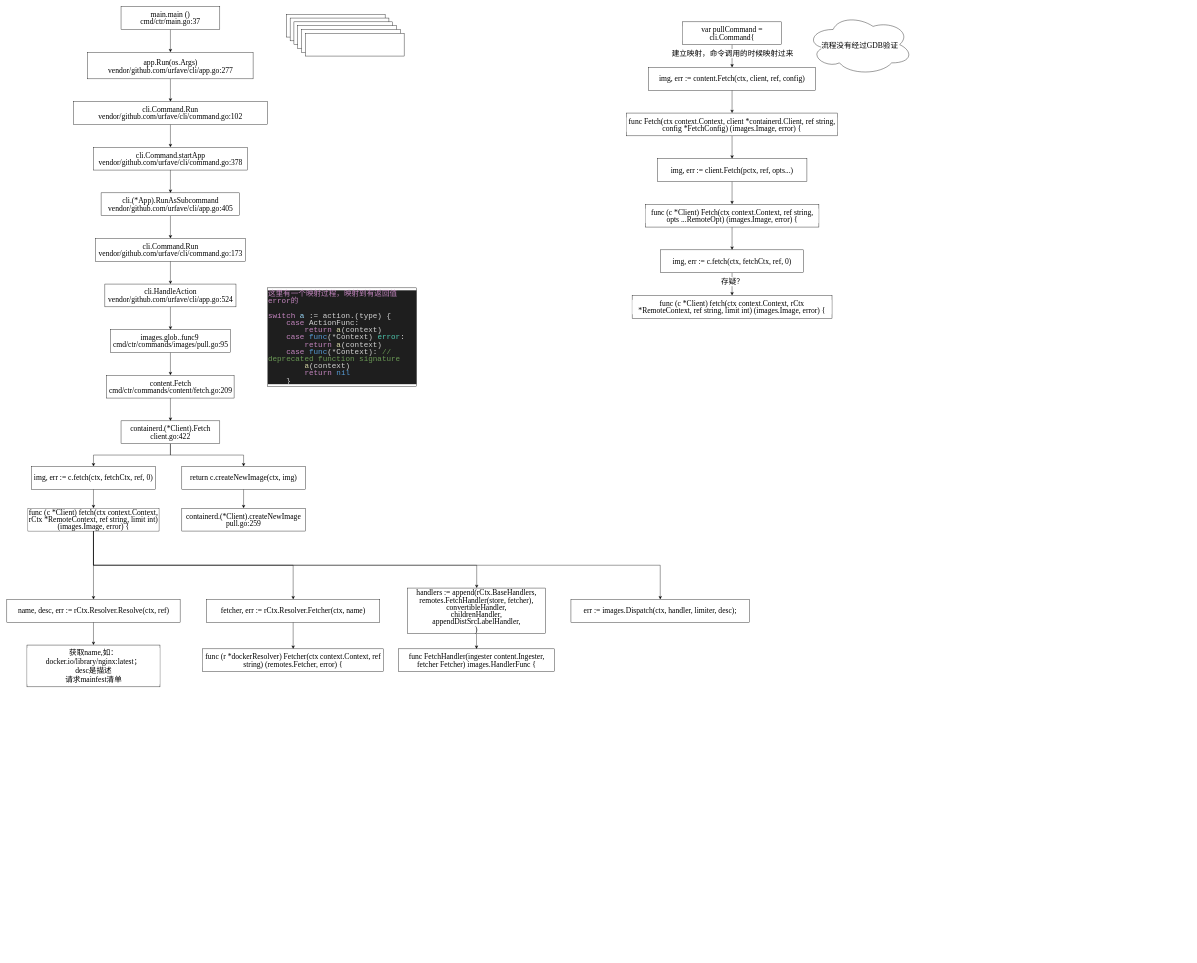
Above: page "containerd" (1 of 4) of Ceph Librbd PWL .drawio in CongMinYin/flow (draw.io), before the change. Source tidied: cells renumbered, new cells numbered last; positions are measured from the earlier drawing's top-left corner, leaving out a move shared by most shapes. Both pictures are drawn from the tidied source at 38%, with x=0, y=0 at pixel (7, 6).
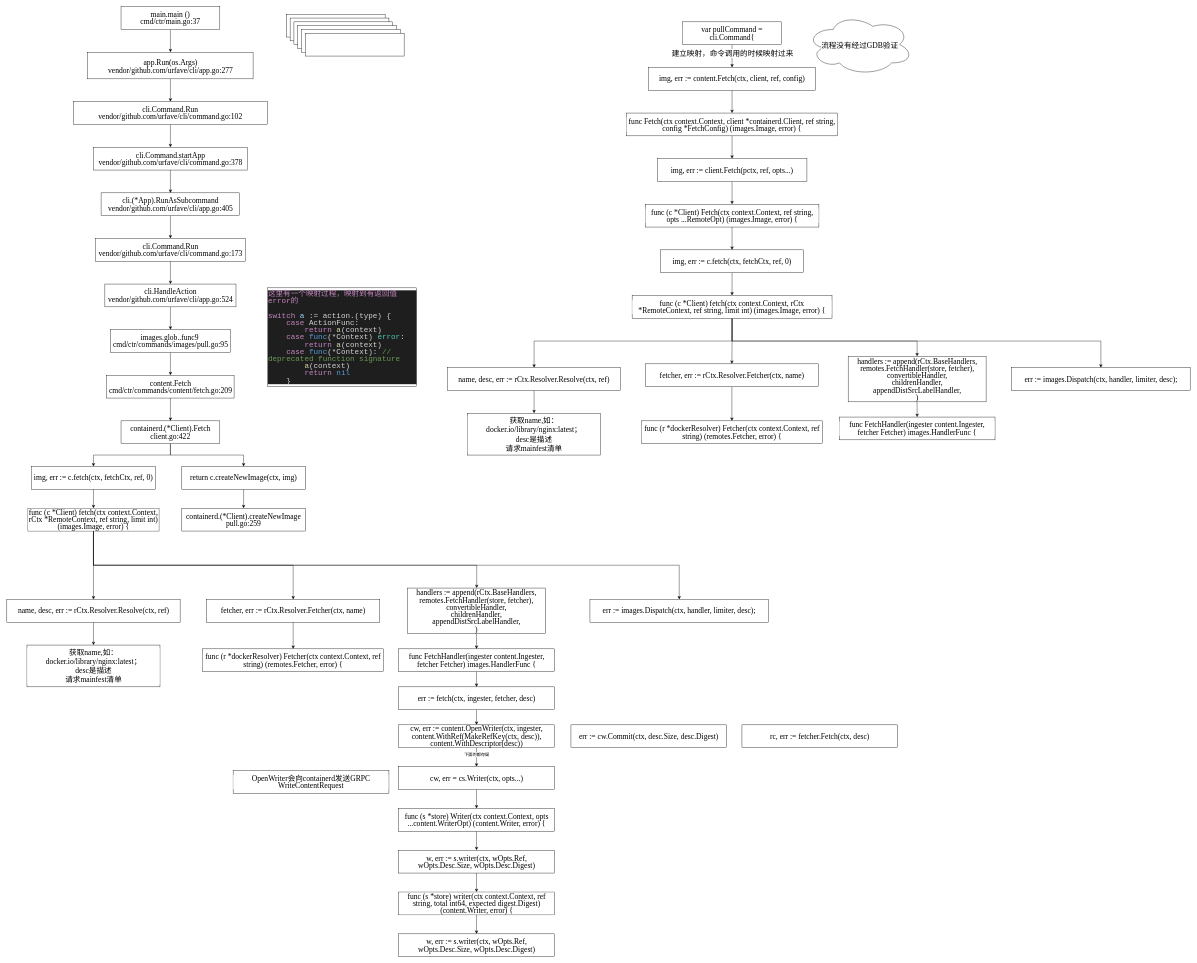
The same diagram, later.

The change refers to these unchanged cells:
```xml
<mxCell id="10" value="&lt;div style=&quot;font-size: 20px; line-height: 19px;&quot;&gt;&lt;span style=&quot;font-size: 20px;&quot;&gt;func&lt;/span&gt; (c *Client) &lt;span style=&quot;font-size: 20px;&quot;&gt;fetch&lt;/span&gt;(ctx context.Context, rCtx *RemoteContext, ref &lt;span style=&quot;font-size: 20px;&quot;&gt;string&lt;/span&gt;, limit &lt;span style=&quot;font-size: 20px;&quot;&gt;int&lt;/span&gt;) (images.Image, &lt;span style=&quot;font-size: 20px;&quot;&gt;error&lt;/span&gt;) {&lt;/div&gt;" style="rounded=0;whiteSpace=wrap;html=1;labelBackgroundColor=default;fontColor=#000000;fontFamily=Times New Roman;fontSize=20;" parent="1" vertex="1">
  <mxGeometry x="1645" y="760" width="526" height="60" as="geometry" />
</mxCell>
<mxCell id="19" style="edgeStyle=orthogonalEdgeStyle;rounded=0;jettySize=auto;html=1;exitX=0.5;exitY=1;exitDx=0;exitDy=0;entryX=0.5;entryY=0;entryDx=0;entryDy=0;labelBackgroundColor=default;fontColor=#000000;fontFamily=Times New Roman;fontSize=20;" parent="1" edge="1" source="21" target="10">
  <mxGeometry relative="1" as="geometry" />
</mxCell>
<mxCell id="23" value="&lt;div style=&quot;font-size: 20px; line-height: 19px;&quot;&gt;&lt;span style=&quot;font-size: 20px;&quot;&gt;func&lt;/span&gt; &lt;span style=&quot;font-size: 20px;&quot;&gt;FetchHandler&lt;/span&gt;(ingester content.Ingester, fetcher Fetcher) images.HandlerFunc {&lt;/div&gt;" style="rounded=0;whiteSpace=wrap;html=1;labelBackgroundColor=default;fontColor=#000000;fontFamily=Times New Roman;fontSize=20;" parent="1" vertex="1">
  <mxGeometry x="1030.5" y="1690" width="410" height="60" as="geometry" />
</mxCell>
```

What changed in the source:
```diff
@@
+    <mxCell id="66" style="edgeStyle=orthogonalEdgeStyle;rounded=0;jettySize=auto;html=1;exitX=0.5;exitY=1;exitDx=0;exitDy=0;entryX=0.5;entryY=0;entryDx=0;entryDy=0;" parent="1" edge="1" source="10" target="87">
+      <mxGeometry relative="1" as="geometry" />
+    </mxCell>
+    <mxCell id="67" style="edgeStyle=orthogonalEdgeStyle;rounded=0;jettySize=auto;html=1;exitX=0.5;exitY=1;exitDx=0;exitDy=0;entryX=0.5;entryY=0;entryDx=0;entryDy=0;" parent="1" edge="1" source="10" target="94">
+      <mxGeometry relative="1" as="geometry">
+        <Array as="points">
+          <mxPoint x="1908" y="880" />
+          <mxPoint x="1387" y="880" />
+        </Array>
+      </mxGeometry>
+    </mxCell>
+    <mxCell id="68" style="edgeStyle=orthogonalEdgeStyle;rounded=0;jettySize=auto;html=1;exitX=0.5;exitY=1;exitDx=0;exitDy=0;entryX=0.5;entryY=0;entryDx=0;entryDy=0;" parent="1" edge="1" source="10" target="91">
+      <mxGeometry relative="1" as="geometry">
+        <Array as="points">
+          <mxPoint x="1908" y="880" />
+          <mxPoint x="2395" y="880" />
+        </Array>
+      </mxGeometry>
+    </mxCell>
+    <mxCell id="69" style="edgeStyle=orthogonalEdgeStyle;rounded=0;jettySize=auto;html=1;exitX=0.5;exitY=1;exitDx=0;exitDy=0;entryX=0.5;entryY=0;entryDx=0;entryDy=0;" parent="1" edge="1" source="10" target="92">
+      <mxGeometry relative="1" as="geometry">
+        <Array as="points">
+          <mxPoint x="1908" y="880" />
+          <mxPoint x="2878" y="880" />
+        </Array>
+      </mxGeometry>
+    </mxCell>
@@
-    <mxCell id="20" value="存疑？" style="edgeLabel;html=1;align=center;verticalAlign=middle;labelBackgroundColor=default;fontColor=#000000;fontFamily=Times New Roman;fontSize=20;" parent="19" vertex="1">
-      <mxGeometry x="-0.27" relative="1" as="geometry" />
-    </mxCell>
@@
+    <mxCell id="70" style="edgeStyle=orthogonalEdgeStyle;rounded=0;jettySize=auto;html=1;exitX=0.5;exitY=1;exitDx=0;exitDy=0;entryX=0.5;entryY=0;entryDx=0;entryDy=0;" parent="1" edge="1" source="23" target="72">
+      <mxGeometry relative="1" as="geometry" />
+    </mxCell>
@@
     <mxCell id="27" value="&lt;div style=&quot;font-size: 20px; line-height: 19px;&quot;&gt;&lt;span style=&quot;font-size: 20px;&quot;&gt;err&lt;/span&gt; := images.&lt;span style=&quot;font-size: 20px;&quot;&gt;Dispatch&lt;/span&gt;(ctx, handler, limiter, desc);&lt;/div&gt;" style="rounded=0;whiteSpace=wrap;html=1;labelBackgroundColor=default;fontColor=#000000;fontFamily=Times New Roman;fontSize=20;" parent="1" vertex="1">
-      <mxGeometry x="1484" y="1560" width="470" height="60" as="geometry" />
+      <mxGeometry x="1534" y="1560" width="470" height="60" as="geometry" />
     </mxCell>
@@
+    <mxCell id="71" style="edgeStyle=orthogonalEdgeStyle;rounded=0;jettySize=auto;html=1;exitX=0.5;exitY=1;exitDx=0;exitDy=0;entryX=0.5;entryY=0;entryDx=0;entryDy=0;" parent="1" edge="1" source="72" target="75">
+      <mxGeometry relative="1" as="geometry" />
+    </mxCell>
+    <mxCell id="72" value="&lt;div style=&quot;line-height: 19px;&quot;&gt;err := fetch(ctx, ingester, fetcher, desc)&lt;br&gt;&lt;/div&gt;" style="rounded=0;whiteSpace=wrap;html=1;labelBackgroundColor=default;fontColor=#000000;fontFamily=Times New Roman;fontSize=20;" parent="1" vertex="1">
+      <mxGeometry x="1030.5" y="1790" width="410" height="60" as="geometry" />
+    </mxCell>
+    <mxCell id="73" style="edgeStyle=orthogonalEdgeStyle;rounded=0;jettySize=auto;html=1;exitX=0.5;exitY=1;exitDx=0;exitDy=0;" parent="1" edge="1" source="75" target="78">
+      <mxGeometry relative="1" as="geometry" />
+    </mxCell>
+    <mxCell id="74" value="下面的都存疑" style="edgeLabel;html=1;align=center;verticalAlign=middle;" parent="73" vertex="1">
+      <mxGeometry x="-0.29" relative="1" as="geometry" />
+    </mxCell>
+    <mxCell id="75" value="&lt;div style=&quot;line-height: 19px;&quot;&gt;cw, err := content.OpenWriter(ctx, ingester, content.WithRef(MakeRefKey(ctx, desc)), content.WithDescriptor(desc))&lt;br&gt;&lt;/div&gt;" style="rounded=0;whiteSpace=wrap;html=1;labelBackgroundColor=default;fontColor=#000000;fontFamily=Times New Roman;fontSize=20;" parent="1" vertex="1">
+      <mxGeometry x="1030.5" y="1890" width="410" height="60" as="geometry" />
+    </mxCell>
+    <mxCell id="76" value="&lt;div style=&quot;line-height: 19px;&quot;&gt;OpenWriter会向containerd发送GRPC WriteContentRequest&lt;br&gt;&lt;/div&gt;" style="rounded=0;whiteSpace=wrap;html=1;labelBackgroundColor=default;fontColor=#000000;fontFamily=Times New Roman;fontSize=20;" parent="1" vertex="1">
+      <mxGeometry x="595" y="2010" width="410" height="60" as="geometry" />
+    </mxCell>
+    <mxCell id="77" style="edgeStyle=orthogonalEdgeStyle;rounded=0;jettySize=auto;html=1;exitX=0.5;exitY=1;exitDx=0;exitDy=0;entryX=0.5;entryY=0;entryDx=0;entryDy=0;" parent="1" edge="1" source="78" target="80">
+      <mxGeometry relative="1" as="geometry" />
+    </mxCell>
+    <mxCell id="78" value="&lt;div style=&quot;line-height: 19px;&quot;&gt;cw, err = cs.Writer(ctx, opts...)&lt;br&gt;&lt;/div&gt;" style="rounded=0;whiteSpace=wrap;html=1;labelBackgroundColor=default;fontColor=#000000;fontFamily=Times New Roman;fontSize=20;" parent="1" vertex="1">
+      <mxGeometry x="1030.5" y="2000" width="410" height="60" as="geometry" />
+    </mxCell>
+    <mxCell id="79" style="edgeStyle=orthogonalEdgeStyle;rounded=0;jettySize=auto;html=1;exitX=0.5;exitY=1;exitDx=0;exitDy=0;" parent="1" edge="1" source="80" target="84">
+      <mxGeometry relative="1" as="geometry" />
+    </mxCell>
+    <mxCell id="80" value="&lt;div style=&quot;line-height: 19px;&quot;&gt;func (s *store) Writer(ctx context.Context, opts ...content.WriterOpt) (content.Writer, error) {&lt;br&gt;&lt;/div&gt;" style="rounded=0;whiteSpace=wrap;html=1;labelBackgroundColor=default;fontColor=#000000;fontFamily=Times New Roman;fontSize=20;" parent="1" vertex="1">
+      <mxGeometry x="1030.5" y="2110" width="410" height="60" as="geometry" />
+    </mxCell>
+    <mxCell id="81" style="edgeStyle=orthogonalEdgeStyle;rounded=0;jettySize=auto;html=1;exitX=0.5;exitY=1;exitDx=0;exitDy=0;entryX=0.5;entryY=0;entryDx=0;entryDy=0;" parent="1" edge="1" source="82" target="85">
+      <mxGeometry relative="1" as="geometry" />
+    </mxCell>
+    <mxCell id="82" value="&lt;div style=&quot;line-height: 19px;&quot;&gt;func (s *store) writer(ctx context.Context, ref string, total int64, expected digest.Digest) (content.Writer, error) {&lt;br&gt;&lt;/div&gt;" style="rounded=0;whiteSpace=wrap;html=1;labelBackgroundColor=default;fontColor=#000000;fontFamily=Times New Roman;fontSize=20;" parent="1" vertex="1">
+      <mxGeometry x="1030.5" y="2330" width="410" height="60" as="geometry" />
+    </mxCell>
+    <mxCell id="83" style="edgeStyle=orthogonalEdgeStyle;rounded=0;jettySize=auto;html=1;exitX=0.5;exitY=1;exitDx=0;exitDy=0;entryX=0.5;entryY=0;entryDx=0;entryDy=0;" parent="1" edge="1" source="84" target="82">
+      <mxGeometry relative="1" as="geometry" />
+    </mxCell>
+    <mxCell id="84" value="&lt;div style=&quot;line-height: 19px;&quot;&gt;w, err := s.writer(ctx, wOpts.Ref, wOpts.Desc.Size, wOpts.Desc.Digest)&lt;br&gt;&lt;/div&gt;" style="rounded=0;whiteSpace=wrap;html=1;labelBackgroundColor=default;fontColor=#000000;fontFamily=Times New Roman;fontSize=20;" parent="1" vertex="1">
+      <mxGeometry x="1030.5" y="2220" width="410" height="60" as="geometry" />
+    </mxCell>
+    <mxCell id="85" value="&lt;div style=&quot;line-height: 19px;&quot;&gt;w, err := s.writer(ctx, wOpts.Ref, wOpts.Desc.Size, wOpts.Desc.Digest)&lt;br&gt;&lt;/div&gt;" style="rounded=0;whiteSpace=wrap;html=1;labelBackgroundColor=default;fontColor=#000000;fontFamily=Times New Roman;fontSize=20;" parent="1" vertex="1">
+      <mxGeometry x="1030.5" y="2440" width="410" height="60" as="geometry" />
+    </mxCell>
+    <mxCell id="86" style="edgeStyle=orthogonalEdgeStyle;rounded=0;jettySize=auto;html=1;exitX=0.5;exitY=1;exitDx=0;exitDy=0;entryX=0.5;entryY=0;entryDx=0;entryDy=0;labelBackgroundColor=default;fontColor=#000000;fontFamily=Times New Roman;fontSize=20;" parent="1" edge="1" source="87" target="88">
+      <mxGeometry relative="1" as="geometry" />
+    </mxCell>
+    <mxCell id="87" value="&lt;div style=&quot;font-size: 20px; line-height: 19px;&quot;&gt;&lt;span style=&quot;font-size: 20px;&quot;&gt;fetcher&lt;/span&gt;, &lt;span style=&quot;font-size: 20px;&quot;&gt;err&lt;/span&gt; := rCtx.Resolver.&lt;span style=&quot;font-size: 20px;&quot;&gt;Fetcher&lt;/span&gt;(ctx, name)&lt;/div&gt;" style="rounded=0;whiteSpace=wrap;html=1;labelBackgroundColor=default;fontColor=#000000;fontFamily=Times New Roman;fontSize=20;" parent="1" vertex="1">
+      <mxGeometry x="1679.5" y="940" width="456" height="60" as="geometry" />
+    </mxCell>
+    <mxCell id="88" value="&lt;div style=&quot;font-size: 20px; line-height: 19px;&quot;&gt;&lt;span style=&quot;font-size: 20px;&quot;&gt;func&lt;/span&gt; (r *dockerResolver) &lt;span style=&quot;font-size: 20px;&quot;&gt;Fetcher&lt;/span&gt;(ctx context.Context, ref &lt;span style=&quot;font-size: 20px;&quot;&gt;string&lt;/span&gt;) (remotes.Fetcher, &lt;span style=&quot;font-size: 20px;&quot;&gt;error&lt;/span&gt;) {&lt;/div&gt;" style="rounded=0;whiteSpace=wrap;html=1;labelBackgroundColor=default;fontColor=#000000;fontFamily=Times New Roman;fontSize=20;" parent="1" vertex="1">
+      <mxGeometry x="1669.5" y="1090" width="476" height="60" as="geometry" />
+    </mxCell>
+    <mxCell id="89" value="&lt;div style=&quot;font-size: 20px; line-height: 19px;&quot;&gt;&lt;span style=&quot;font-size: 20px;&quot;&gt;func&lt;/span&gt; &lt;span style=&quot;font-size: 20px;&quot;&gt;FetchHandler&lt;/span&gt;(ingester content.Ingester, fetcher Fetcher) images.HandlerFunc {&lt;/div&gt;" style="rounded=0;whiteSpace=wrap;html=1;labelBackgroundColor=default;fontColor=#000000;fontFamily=Times New Roman;fontSize=20;" parent="1" vertex="1">
+      <mxGeometry x="2190" y="1080" width="410" height="60" as="geometry" />
+    </mxCell>
+    <mxCell id="90" style="edgeStyle=orthogonalEdgeStyle;rounded=0;jettySize=auto;html=1;exitX=0.5;exitY=1;exitDx=0;exitDy=0;labelBackgroundColor=default;fontColor=#000000;fontFamily=Times New Roman;fontSize=20;" parent="1" edge="1" source="91" target="89">
+      <mxGeometry relative="1" as="geometry" />
+    </mxCell>
+    <mxCell id="91" value="&lt;div style=&quot;font-size: 20px; line-height: 19px;&quot;&gt;&lt;div style=&quot;font-size: 20px;&quot;&gt;&lt;span style=&quot;font-size: 20px;&quot;&gt;handlers&lt;/span&gt; := &lt;span style=&quot;font-size: 20px;&quot;&gt;append&lt;/span&gt;(rCtx.BaseHandlers,&lt;/div&gt;&lt;div style=&quot;font-size: 20px;&quot;&gt;      remotes.&lt;span style=&quot;font-size: 20px;&quot;&gt;FetchHandler&lt;/span&gt;(store, fetcher),&lt;/div&gt;&lt;div style=&quot;font-size: 20px;&quot;&gt;      convertibleHandler,&lt;/div&gt;&lt;div style=&quot;font-size: 20px;&quot;&gt;      childrenHandler,&lt;/div&gt;&lt;div style=&quot;font-size: 20px;&quot;&gt;      appendDistSrcLabelHandler,&lt;/div&gt;&lt;div style=&quot;font-size: 20px;&quot;&gt;    )&lt;/div&gt;&lt;/div&gt;" style="rounded=0;whiteSpace=wrap;html=1;fontColor=#000000;labelBackgroundColor=default;fontFamily=Times New Roman;fontSize=20;" parent="1" vertex="1">
+      <mxGeometry x="2213.5" y="920" width="363" height="120" as="geometry" />
+    </mxCell>
+    <mxCell id="92" value="&lt;div style=&quot;font-size: 20px; line-height: 19px;&quot;&gt;&lt;span style=&quot;font-size: 20px;&quot;&gt;err&lt;/span&gt; := images.&lt;span style=&quot;font-size: 20px;&quot;&gt;Dispatch&lt;/span&gt;(ctx, handler, limiter, desc);&lt;/div&gt;" style="rounded=0;whiteSpace=wrap;html=1;labelBackgroundColor=default;fontColor=#000000;fontFamily=Times New Roman;fontSize=20;" parent="1" vertex="1">
+      <mxGeometry x="2643.5" y="950" width="470" height="60" as="geometry" />
+    </mxCell>
+    <mxCell id="93" style="edgeStyle=orthogonalEdgeStyle;rounded=0;jettySize=auto;html=1;exitX=0.5;exitY=1;exitDx=0;exitDy=0;labelBackgroundColor=default;fontColor=#000000;fontFamily=Times New Roman;fontSize=20;" parent="1" edge="1" source="94" target="95">
+      <mxGeometry relative="1" as="geometry" />
+    </mxCell>
+    <mxCell id="94" value="&lt;div style=&quot;line-height: 19px; font-size: 20px;&quot;&gt;&lt;font style=&quot;font-size: 20px;&quot;&gt;&lt;span style=&quot;font-size: 20px;&quot;&gt;name, desc, err := rCtx.Resolver.Resolve(ctx, ref)&lt;/span&gt;&lt;/font&gt;&lt;br style=&quot;font-size: 20px;&quot;&gt;&lt;/div&gt;" style="rounded=0;whiteSpace=wrap;html=1;labelBackgroundColor=default;fontColor=#000000;fontFamily=Times New Roman;fontSize=20;" parent="1" vertex="1">
+      <mxGeometry x="1159" y="950" width="456" height="60" as="geometry" />
+    </mxCell>
+    <mxCell id="95" value="&lt;div style=&quot;line-height: 19px; font-size: 20px;&quot;&gt;&lt;/div&gt;&lt;font style=&quot;font-size: 20px;&quot;&gt;&lt;span style=&quot;font-size: 20px;&quot;&gt;获取name,如：docker.io/library/nginx:latest；&lt;br style=&quot;font-size: 20px;&quot;&gt;desc是描述&lt;br&gt;请求mainfest清单&lt;br style=&quot;font-size: 20px;&quot;&gt;&lt;/span&gt;&lt;/font&gt;" style="rounded=0;whiteSpace=wrap;html=1;labelBackgroundColor=default;fontColor=#000000;fontFamily=Times New Roman;fontSize=20;" parent="1" vertex="1">
+      <mxGeometry x="1212" y="1070" width="350" height="110" as="geometry" />
+    </mxCell>
+    <mxCell id="96" value="&lt;div style=&quot;line-height: 19px;&quot;&gt;err := cw.Commit(ctx, desc.Size, desc.Digest)&lt;br&gt;&lt;/div&gt;" style="rounded=0;whiteSpace=wrap;html=1;labelBackgroundColor=default;fontColor=#000000;fontFamily=Times New Roman;fontSize=20;" parent="1" vertex="1">
+      <mxGeometry x="1484" y="1890" width="410" height="60" as="geometry" />
+    </mxCell>
+    <mxCell id="97" value="&lt;div style=&quot;line-height: 19px;&quot;&gt;rc, err := fetcher.Fetch(ctx, desc)&lt;br&gt;&lt;/div&gt;" style="rounded=0;whiteSpace=wrap;html=1;labelBackgroundColor=default;fontColor=#000000;fontFamily=Times New Roman;fontSize=20;" parent="1" vertex="1">
+      <mxGeometry x="1934" y="1890" width="410" height="60" as="geometry" />
+    </mxCell>
```
